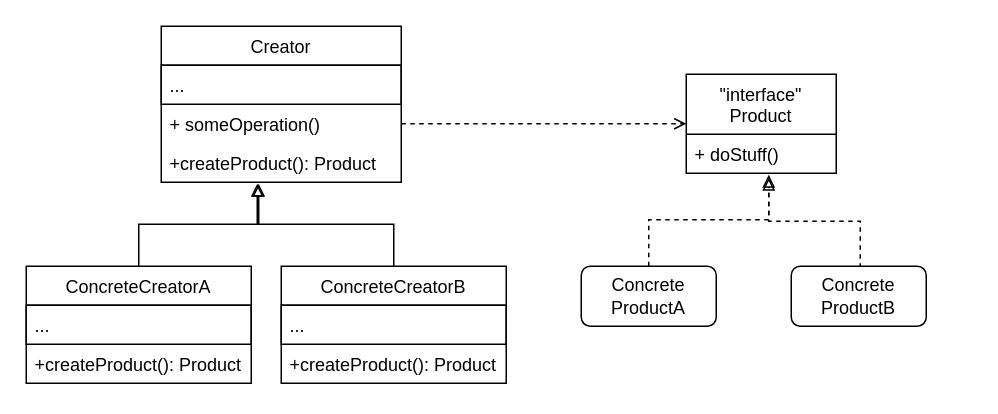
The draw.io diagram avada-media/Patterns/Creational/Factory Method/Factory Method.drawio in punkAnimeshnik/am-porten.github.io, before the edit. Source tidied: cells renumbered, new cells numbered last; positions are measured from the earlier drawing's top-left corner, leaving out a move shared by most shapes. Both pictures are drawn from the tidied source at 150%, with x=0, y=0 at pixel (26, 26).
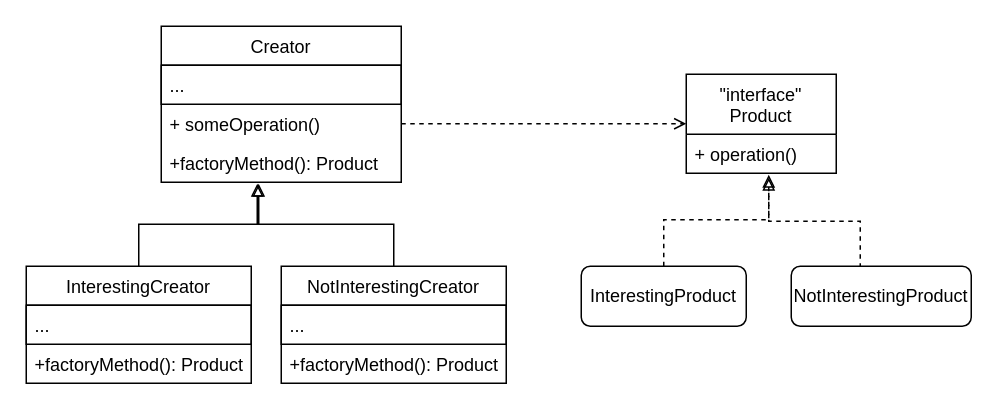
Above is the later version.

The change refers to these unchanged cells:
```xml
<mxCell id="2" value="Creator" style="swimlane;fontStyle=0;horizontal=1;startSize=26;" parent="1" vertex="1">
  <mxGeometry x="90" width="160" height="104" as="geometry" />
</mxCell>
<mxCell id="14" value="&quot;interface&quot;&#10;Product" style="swimlane;fontStyle=0;horizontal=1;startSize=40;" parent="1" vertex="1">
  <mxGeometry x="440" y="32" width="100" height="66" as="geometry" />
</mxCell>
```

The edit, as a diff of the source:
```diff
@@
-    <mxCell id="5" value="+createProduct(): Product" style="text;strokeColor=none;fillColor=none;align=left;verticalAlign=top;spacingLeft=4;spacingRight=4;overflow=hidden;points=[[0,0.5],[1,0.5]];portConstraint=eastwest;" parent="2" vertex="1">
+    <mxCell id="5" value="+factoryMethod(): Product" style="text;strokeColor=none;fillColor=none;align=left;verticalAlign=top;spacingLeft=4;spacingRight=4;overflow=hidden;points=[[0,0.5],[1,0.5]];portConstraint=eastwest;" parent="2" vertex="1">
       <mxGeometry y="78" width="160" height="26" as="geometry" />
     </mxCell>
@@
-    <mxCell id="7" value="ConcreteCreatorA" style="swimlane;fontStyle=0;horizontal=1;startSize=26;" parent="1" vertex="1">
+    <mxCell id="7" value="InterestingCreator" style="swimlane;fontStyle=0;horizontal=1;startSize=26;" parent="1" vertex="1">
       <mxGeometry y="160" width="150" height="78" as="geometry" />
     </mxCell>
@@
-    <mxCell id="9" value="+createProduct(): Product" style="text;strokeColor=none;fillColor=none;align=left;verticalAlign=top;spacingLeft=4;spacingRight=4;overflow=hidden;" parent="7" vertex="1">
+    <mxCell id="9" value="+factoryMethod(): Product" style="text;strokeColor=none;fillColor=none;align=left;verticalAlign=top;spacingLeft=4;spacingRight=4;overflow=hidden;" parent="7" vertex="1">
       <mxGeometry y="52" width="150" height="26" as="geometry" />
     </mxCell>
@@
-    <mxCell id="11" value="ConcreteCreatorB" style="swimlane;fontStyle=0;horizontal=1;startSize=26;" parent="1" vertex="1">
+    <mxCell id="11" value="NotInterestingCreator" style="swimlane;fontStyle=0;horizontal=1;startSize=26;" parent="1" vertex="1">
       <mxGeometry x="170" y="160" width="150" height="78" as="geometry" />
     </mxCell>
@@
-    <mxCell id="13" value="+createProduct(): Product" style="text;strokeColor=none;fillColor=none;align=left;verticalAlign=top;spacingLeft=4;spacingRight=4;overflow=hidden;" parent="11" vertex="1">
+    <mxCell id="13" value="+factoryMethod(): Product" style="text;strokeColor=none;fillColor=none;align=left;verticalAlign=top;spacingLeft=4;spacingRight=4;overflow=hidden;" parent="11" vertex="1">
       <mxGeometry y="52" width="150" height="26" as="geometry" />
     </mxCell>
@@
-    <mxCell id="15" value="+ doStuff()" style="text;strokeColor=none;fillColor=none;align=left;verticalAlign=top;spacingLeft=4;spacingRight=4;overflow=hidden;points=[[0,0.5],[1,0.5]];portConstraint=eastwest;" parent="14" vertex="1">
+    <mxCell id="15" value="+ operation()" style="text;strokeColor=none;fillColor=none;align=left;verticalAlign=top;spacingLeft=4;spacingRight=4;overflow=hidden;points=[[0,0.5],[1,0.5]];portConstraint=eastwest;" parent="14" vertex="1">
       <mxGeometry y="40" width="100" height="26" as="geometry" />
     </mxCell>
@@
-    <mxCell id="17" value="Concrete&lt;br&gt;ProductA" style="rounded=1;whiteSpace=wrap;html=1;strokeColor=#000000;" parent="1" vertex="1">
-      <mxGeometry x="370" y="160" width="90" height="40" as="geometry" />
+    <mxCell id="17" value="&lt;pre style=&quot;font-family: &amp;#34;jetbrains mono&amp;#34;&quot;&gt;&lt;span style=&quot;background-color: rgb(255 , 255 , 255)&quot;&gt;InterestingProduct&lt;/span&gt;&lt;/pre&gt;" style="rounded=1;whiteSpace=wrap;html=1;strokeColor=#000000;" parent="1" vertex="1">
+      <mxGeometry x="370" y="160" width="110" height="40" as="geometry" />
     </mxCell>
@@
-    <mxCell id="19" value="Concrete&lt;br&gt;ProductB" style="rounded=1;whiteSpace=wrap;html=1;strokeColor=#000000;" parent="1" vertex="1">
-      <mxGeometry x="510" y="160" width="90" height="40" as="geometry" />
+    <mxCell id="19" value="&lt;pre style=&quot;font-family: &amp;#34;jetbrains mono&amp;#34;&quot;&gt;&lt;span style=&quot;background-color: rgb(255 , 255 , 255)&quot;&gt;NotInterestingProduct&lt;/span&gt;&lt;/pre&gt;" style="rounded=1;whiteSpace=wrap;html=1;strokeColor=#000000;" parent="1" vertex="1">
+      <mxGeometry x="510" y="160" width="120" height="40" as="geometry" />
     </mxCell>
```
